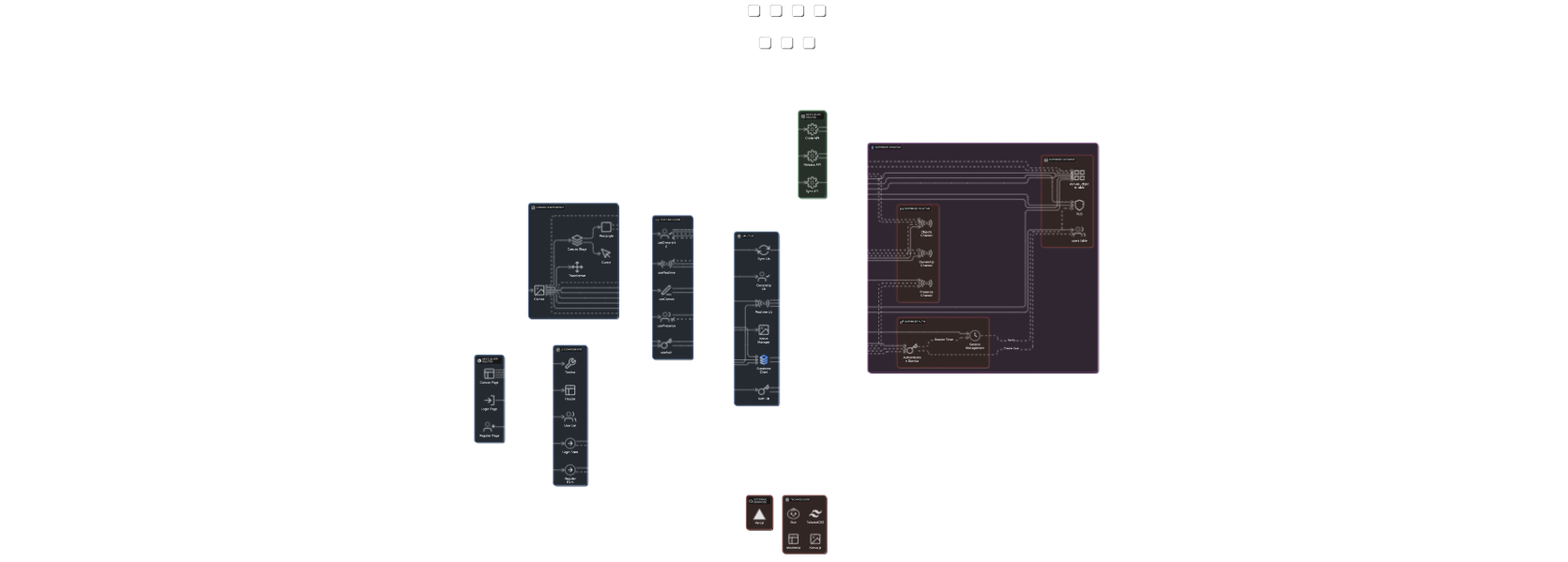
This is diagram.png from lousydropout/collab-canvas, a Mermaid export, as it was before one commit. Its source is kept beside it as diagram.mmd. Its diagram source:
```mermaid
graph TB
    subgraph "Client - Browser"
        subgraph "Next.js App Router"
            LoginPage[Login Page<br/>app/auth/login]
            RegisterPage[Register Page<br/>app/auth/register]
            CanvasPage[Canvas Page<br/>app/canvas]
        end

        subgraph "UI Components"
            Header[Header<br/>Logo, Logout, Users]
            Toolbar[Toolbar<br/>Rectangle, Select, Delete]
            UserList[User List<br/>Online Users]
            LoginForm[Login Form]
            RegisterForm[Register Form]
        end

        subgraph "Canvas Components"
            Canvas[Canvas Component<br/>Main Orchestrator]
            CanvasStage[Canvas Stage<br/>Konva Stage/Layer]
            Rectangle[Rectangle Component<br/>Konva.Rect]
            Transformer[Transformer<br/>Konva.Transformer]
            Cursor[Cursor Component<br/>Multiplayer Cursors]
        end

        subgraph "Custom Hooks"
            useAuth[useAuth<br/>Authentication State]
            useCanvas[useCanvas<br/>Canvas State]
            useRealtime[useRealtime<br/>Realtime Subscriptions]
            usePresence[usePresence<br/>User Presence]
            useOwnership[useOwnership<br/>Ownership Logic]
        end

        subgraph "Lib/Utils"
            SupabaseClient[Supabase Client<br/>lib/supabase/client]
            AuthLib[Auth Lib<br/>lib/supabase/auth]
            RealtimeLib[Realtime Lib<br/>lib/supabase/realtime]
            KonvaManager[Konva Manager<br/>lib/canvas/konva-manager]
            OwnershipLib[Ownership Lib<br/>lib/canvas/ownership]
            SyncLib[Sync Lib<br/>lib/canvas/sync]
        end
    end

    subgraph "Next.js API Routes"
        ClaimAPI[Claim API<br/>api/canvas/claim]
        ReleaseAPI[Release API<br/>api/canvas/release]
        SyncAPI[Sync API<br/>api/canvas/sync]
    end

    subgraph "Supabase Backend"
        subgraph "Supabase Auth"
            Auth[Authentication Service]
            Session[Session Management]
        end

        subgraph "Supabase Database - PostgreSQL"
            ProfilesTable[(profiles table)]
            CanvasObjectsTable[(canvas_objects table)]
            RLS[Row Level Security<br/>Policies]
        end

        subgraph "Supabase Realtime"
            ObjectsChannel[Objects Channel<br/>canvas:default:objects]
            PresenceChannel[Presence Channel<br/>canvas:default:presence]
            OwnershipChannel[Ownership Channel<br/>canvas:default:ownership]
        end
    end

    subgraph "External Services"
        Vercel[Vercel<br/>Deployment & Hosting]
    end

    subgraph "Technologies"
        Bun[Bun Runtime]
        TailwindCSS[TailwindCSS]
        ShadcnUI[shadcn/ui]
        Konva[Konva.js]
    end

    LoginPage --> LoginForm
    RegisterPage --> RegisterForm
    CanvasPage --> Header
    CanvasPage --> Toolbar
    CanvasPage --> Canvas
    CanvasPage --> UserList

    Canvas --> CanvasStage
    CanvasStage --> Rectangle
    CanvasStage --> Cursor
    Canvas --> Transformer

    LoginForm --> useAuth
    RegisterForm --> useAuth
    Canvas --> useCanvas
    Canvas --> useRealtime
    Canvas --> usePresence
    Canvas --> useOwnership

    useAuth --> AuthLib
    useAuth --> SupabaseClient
    useCanvas --> KonvaManager
    useCanvas --> SupabaseClient
    useRealtime --> RealtimeLib
    useRealtime --> SupabaseClient
    usePresence --> RealtimeLib
    useOwnership --> OwnershipLib
    useOwnership --> ClaimAPI
    useOwnership --> ReleaseAPI

    AuthLib --> Auth
    AuthLib --> Session
    SupabaseClient --> ProfilesTable
    SupabaseClient --> CanvasObjectsTable
    RealtimeLib --> ObjectsChannel
    RealtimeLib --> PresenceChannel
    RealtimeLib --> OwnershipChannel

    ClaimAPI --> CanvasObjectsTable
    ClaimAPI --> RLS
    ReleaseAPI --> CanvasObjectsTable
    ReleaseAPI --> RLS
    SyncAPI --> CanvasObjectsTable

    Canvas --> SyncLib
    SyncLib --> SyncAPI

    ObjectsChannel -->|CRUD Events| useRealtime
    PresenceChannel -->|Cursor Events| usePresence
    OwnershipChannel -->|Claim/Release| useOwnership

    Rectangle -->|Position Updates| ObjectsChannel
    Canvas -->|Create/Delete| ObjectsChannel
    Canvas -->|Cursor Move| PresenceChannel
    useOwnership -->|Claim/Release| OwnershipChannel

    Rectangle -->|Save State| CanvasObjectsTable
    Canvas -->|Load Objects| CanvasObjectsTable

    LoginForm -->|Login Request| Auth
    RegisterForm -->|Register Request| Auth
    Auth -->|Create User| ProfilesTable
    Auth -->|Session Token| Session
    Session -->|Verify| RLS

    CanvasPage -.->|Deployed on| Vercel
    ClaimAPI -.->|Serverless| Vercel
    ReleaseAPI -.->|Serverless| Vercel
    SyncAPI -.->|Serverless| Vercel

    Bun -.->|Runtime| CanvasPage
    TailwindCSS -.->|Styling| Header
    TailwindCSS -.->|Styling| Toolbar
    ShadcnUI -.->|Components| LoginForm
    ShadcnUI -.->|Components| UserList
    Konva -.->|Canvas Library| CanvasStage
    Konva -.->|Shapes| Rectangle

    classDef clientClass fill:#e1f5ff,stroke:#01579b,stroke-width:2px
    classDef serverClass fill:#fff3e0,stroke:#e65100,stroke-width:2px
    classDef supabaseClass fill:#f3e5f5,stroke:#4a148c,stroke-width:2px
    classDef apiClass fill:#e8f5e9,stroke:#1b5e20,stroke-width:2px
    classDef techClass fill:#fce4ec,stroke:#880e4f,stroke-width:2px

    class LoginPage,RegisterPage,CanvasPage,Header,Toolbar,UserList,LoginForm,RegisterForm clientClass
    class Canvas,CanvasStage,Rectangle,Transformer,Cursor clientClass
    class useAuth,useCanvas,useRealtime,usePresence,useOwnership clientClass
    class SupabaseClient,AuthLib,RealtimeLib,KonvaManager,OwnershipLib,SyncLib clientClass

    class ClaimAPI,ReleaseAPI,SyncAPI apiClass

    class Auth,Session,ProfilesTable,CanvasObjectsTable,RLS supabaseClass
    class ObjectsChannel,PresenceChannel,OwnershipChannel supabaseClass

    class Vercel,Bun,TailwindCSS,ShadcnUI,Konva techClass
```
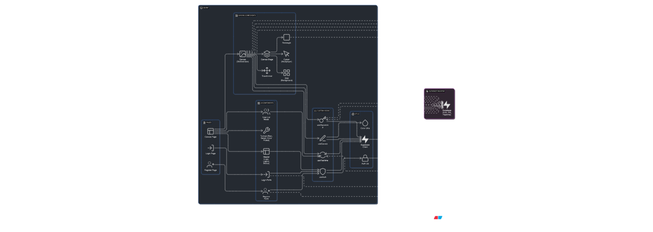
The same diagram one commit later.

Diff of the diagram source:
```diff
@@ -1,79 +1,44 @@
 graph TB
     subgraph "Client - Browser"
-        subgraph "Next.js App Router"
-            LoginPage[Login Page<br/>app/auth/login]
-            RegisterPage[Register Page<br/>app/auth/register]
-            CanvasPage[Canvas Page<br/>app/canvas]
+        subgraph "Pages"
+            LoginPage[Login Page]
+            RegisterPage[Register Page]
+            CanvasPage[Canvas Page]
         end
 
         subgraph "UI Components"
-            Header[Header<br/>Logo, Logout, Users]
-            Toolbar[Toolbar<br/>Rectangle, Select, Delete]
-            UserList[User List<br/>Online Users]
+            Header[Header<br/>Logo, Logout, Connection Status]
+            Toolbar[Toolbar<br/>Rectangle, Select, Color Picker]
+            UserListModal[User List Modal<br/>Online Users with Avatars]
             LoginForm[Login Form]
             RegisterForm[Register Form]
         end
 
         subgraph "Canvas Components"
             Canvas[Canvas Component<br/>Main Orchestrator]
-            CanvasStage[Canvas Stage<br/>Konva Stage/Layer]
-            Rectangle[Rectangle Component<br/>Konva.Rect]
-            Transformer[Transformer<br/>Konva.Transformer]
+            CanvasStage[Canvas Stage]
+            Rectangle[Rectangle Component]
+            Transformer[Transformer]
             Cursor[Cursor Component<br/>Multiplayer Cursors]
+            Grid[Grid Component<br/>Background Grid]
         end
 
         subgraph "Custom Hooks"
             useAuth[useAuth<br/>Authentication State]
-            useCanvas[useCanvas<br/>Canvas State]
-            useRealtime[useRealtime<br/>Realtime Subscriptions]
-            usePresence[usePresence<br/>User Presence]
-            useOwnership[useOwnership<br/>Ownership Logic]
+            useCanvas[useCanvas<br/>Canvas State & Operations]
+            useRealtime[useRealtime<br/>Dual Channel Architecture]
+            useOwnership[useOwnership<br/>Direct DB Operations]
         end
 
-        subgraph "Lib/Utils"
-            SupabaseClient[Supabase Client<br/>lib/supabase/client]
-            AuthLib[Auth Lib<br/>lib/supabase/auth]
-            RealtimeLib[Realtime Lib<br/>lib/supabase/realtime]
-            KonvaManager[Konva Manager<br/>lib/canvas/konva-manager]
-            OwnershipLib[Ownership Lib<br/>lib/canvas/ownership]
-            SyncLib[Sync Lib<br/>lib/canvas/sync]
+        subgraph "Utils"
+            SupabaseClient[Supabase Client]
+            AuthLib[Auth Lib]
+            ColorUtils[Color Utils]
         end
     end
 
-    subgraph "Next.js API Routes"
-        ClaimAPI[Claim API<br/>api/canvas/claim]
-        ReleaseAPI[Release API<br/>api/canvas/release]
-        SyncAPI[Sync API<br/>api/canvas/sync]
-    end
-
     subgraph "Supabase Backend"
-        subgraph "Supabase Auth"
-            Auth[Authentication Service]
-            Session[Session Management]
-        end
-
-        subgraph "Supabase Database - PostgreSQL"
-            ProfilesTable[(profiles table)]
-            CanvasObjectsTable[(canvas_objects table)]
-            RLS[Row Level Security<br/>Policies]
-        end
-
-        subgraph "Supabase Realtime"
-            ObjectsChannel[Objects Channel<br/>canvas:default:objects]
-            PresenceChannel[Presence Channel<br/>canvas:default:presence]
-            OwnershipChannel[Ownership Channel<br/>canvas:default:ownership]
-        end
-    end
-
-    subgraph "External Services"
-        Vercel[Vercel<br/>Deployment & Hosting]
-    end
-
-    subgraph "Technologies"
-        Bun[Bun Runtime]
-        TailwindCSS[TailwindCSS]
-        ShadcnUI[shadcn/ui]
-        Konva[Konva.js]
+        Supabase[Supabase<br/>Auth + Database + Realtime<br/>profiles & canvas_objects tables<br/>Dual Channel Architecture]
     end
 
     LoginPage --> LoginForm
@@ -81,9 +46,10 @@
     CanvasPage --> Header
     CanvasPage --> Toolbar
     CanvasPage --> Canvas
-    CanvasPage --> UserList
+    CanvasPage --> UserListModal
 
     Canvas --> CanvasStage
+    CanvasStage --> Grid
     CanvasStage --> Rectangle
     CanvasStage --> Cursor
     Canvas --> Transformer
@@ -92,82 +58,39 @@
     RegisterForm --> useAuth
     Canvas --> useCanvas
     Canvas --> useRealtime
-    Canvas --> usePresence
     Canvas --> useOwnership
+    Header --> useAuth
+    UserListModal --> useRealtime
 
     useAuth --> AuthLib
     useAuth --> SupabaseClient
-    useCanvas --> KonvaManager
     useCanvas --> SupabaseClient
-    useRealtime --> RealtimeLib
+    useCanvas --> ColorUtils
     useRealtime --> SupabaseClient
-    usePresence --> RealtimeLib
-    useOwnership --> OwnershipLib
-    useOwnership --> ClaimAPI
-    useOwnership --> ReleaseAPI
+    useOwnership --> SupabaseClient
 
-    AuthLib --> Auth
-    AuthLib --> Session
-    SupabaseClient --> ProfilesTable
-    SupabaseClient --> CanvasObjectsTable
-    RealtimeLib --> ObjectsChannel
-    RealtimeLib --> PresenceChannel
-    RealtimeLib --> OwnershipChannel
+    AuthLib --> Supabase
+    SupabaseClient --> Supabase
 
-    ClaimAPI --> CanvasObjectsTable
-    ClaimAPI --> RLS
-    ReleaseAPI --> CanvasObjectsTable
-    ReleaseAPI --> RLS
-    SyncAPI --> CanvasObjectsTable
+    Canvas -->|CRUD Operations| Supabase
+    Canvas -->|Cursor Movement| Supabase
+    Canvas -->|User Presence| Supabase
+    useOwnership -->|Atomic Ownership Updates| Supabase
+    Supabase -->|Real-time Events| useRealtime
+    Supabase -->|Ownership Changes| useOwnership
 
-    Canvas --> SyncLib
-    SyncLib --> SyncAPI
+    Rectangle -->|Save State| Supabase
+    Canvas -->|Load Objects| Supabase
 
-    ObjectsChannel -->|CRUD Events| useRealtime
-    PresenceChannel -->|Cursor Events| usePresence
-    OwnershipChannel -->|Claim/Release| useOwnership
-
-    Rectangle -->|Position Updates| ObjectsChannel
-    Canvas -->|Create/Delete| ObjectsChannel
-    Canvas -->|Cursor Move| PresenceChannel
-    useOwnership -->|Claim/Release| OwnershipChannel
-
-    Rectangle -->|Save State| CanvasObjectsTable
-    Canvas -->|Load Objects| CanvasObjectsTable
-
-    LoginForm -->|Login Request| Auth
-    RegisterForm -->|Register Request| Auth
-    Auth -->|Create User| ProfilesTable
-    Auth -->|Session Token| Session
-    Session -->|Verify| RLS
-
-    CanvasPage -.->|Deployed on| Vercel
-    ClaimAPI -.->|Serverless| Vercel
-    ReleaseAPI -.->|Serverless| Vercel
-    SyncAPI -.->|Serverless| Vercel
-
-    Bun -.->|Runtime| CanvasPage
-    TailwindCSS -.->|Styling| Header
-    TailwindCSS -.->|Styling| Toolbar
-    ShadcnUI -.->|Components| LoginForm
-    ShadcnUI -.->|Components| UserList
-    Konva -.->|Canvas Library| CanvasStage
-    Konva -.->|Shapes| Rectangle
+    LoginForm -->|Login Request| Supabase
+    RegisterForm -->|Register Request| Supabase
 
     classDef clientClass fill:#e1f5ff,stroke:#01579b,stroke-width:2px
-    classDef serverClass fill:#fff3e0,stroke:#e65100,stroke-width:2px
     classDef supabaseClass fill:#f3e5f5,stroke:#4a148c,stroke-width:2px
-    classDef apiClass fill:#e8f5e9,stroke:#1b5e20,stroke-width:2px
-    classDef techClass fill:#fce4ec,stroke:#880e4f,stroke-width:2px
 
-    class LoginPage,RegisterPage,CanvasPage,Header,Toolbar,UserList,LoginForm,RegisterForm clientClass
-    class Canvas,CanvasStage,Rectangle,Transformer,Cursor clientClass
-    class useAuth,useCanvas,useRealtime,usePresence,useOwnership clientClass
-    class SupabaseClient,AuthLib,RealtimeLib,KonvaManager,OwnershipLib,SyncLib clientClass
+    class LoginPage,RegisterPage,CanvasPage,Header,Toolbar,UserListModal,LoginForm,RegisterForm clientClass
+    class Canvas,CanvasStage,Rectangle,Transformer,Cursor,Grid clientClass
+    class useAuth,useCanvas,useRealtime,useOwnership clientClass
+    class SupabaseClient,AuthLib,ColorUtils clientClass
 
-    class ClaimAPI,ReleaseAPI,SyncAPI apiClass
-
-    class Auth,Session,ProfilesTable,CanvasObjectsTable,RLS supabaseClass
-    class ObjectsChannel,PresenceChannel,OwnershipChannel supabaseClass
-
-    class Vercel,Bun,TailwindCSS,ShadcnUI,Konva techClass
+    class Supabase supabaseClass
```
